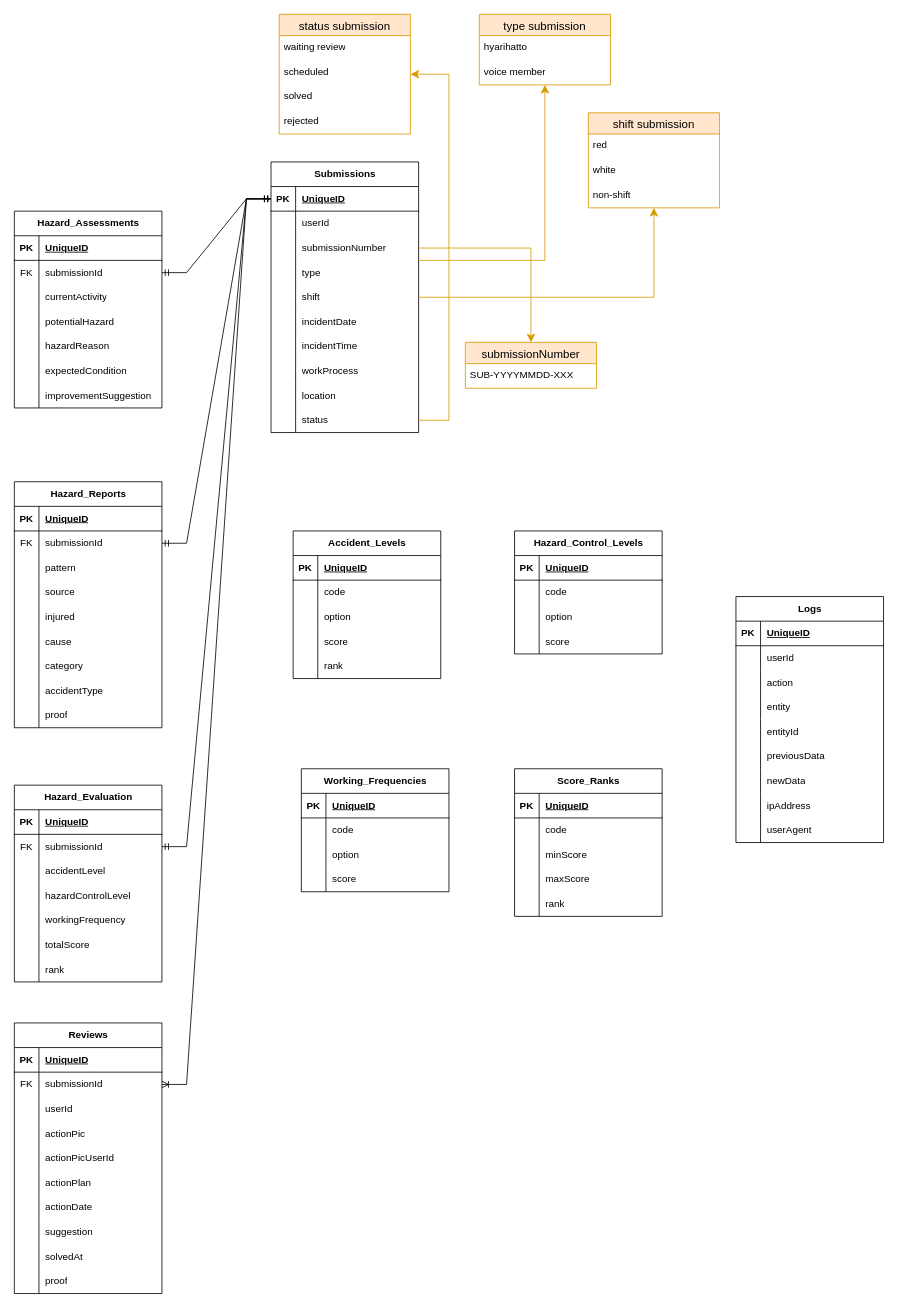
bagususwanto/think-forward keeps this draw.io diagram as page "ERD" (2 of 2) of sys_design/Flow_ERD.drawio. Above is the earlier version. Source tidied: cells renumbered, new cells numbered last; positions are measured from the earlier drawing's top-left corner, leaving out a move shared by most shapes. Both pictures are drawn from the tidied source at 82%, with x=0, y=0 at pixel (14, 14).
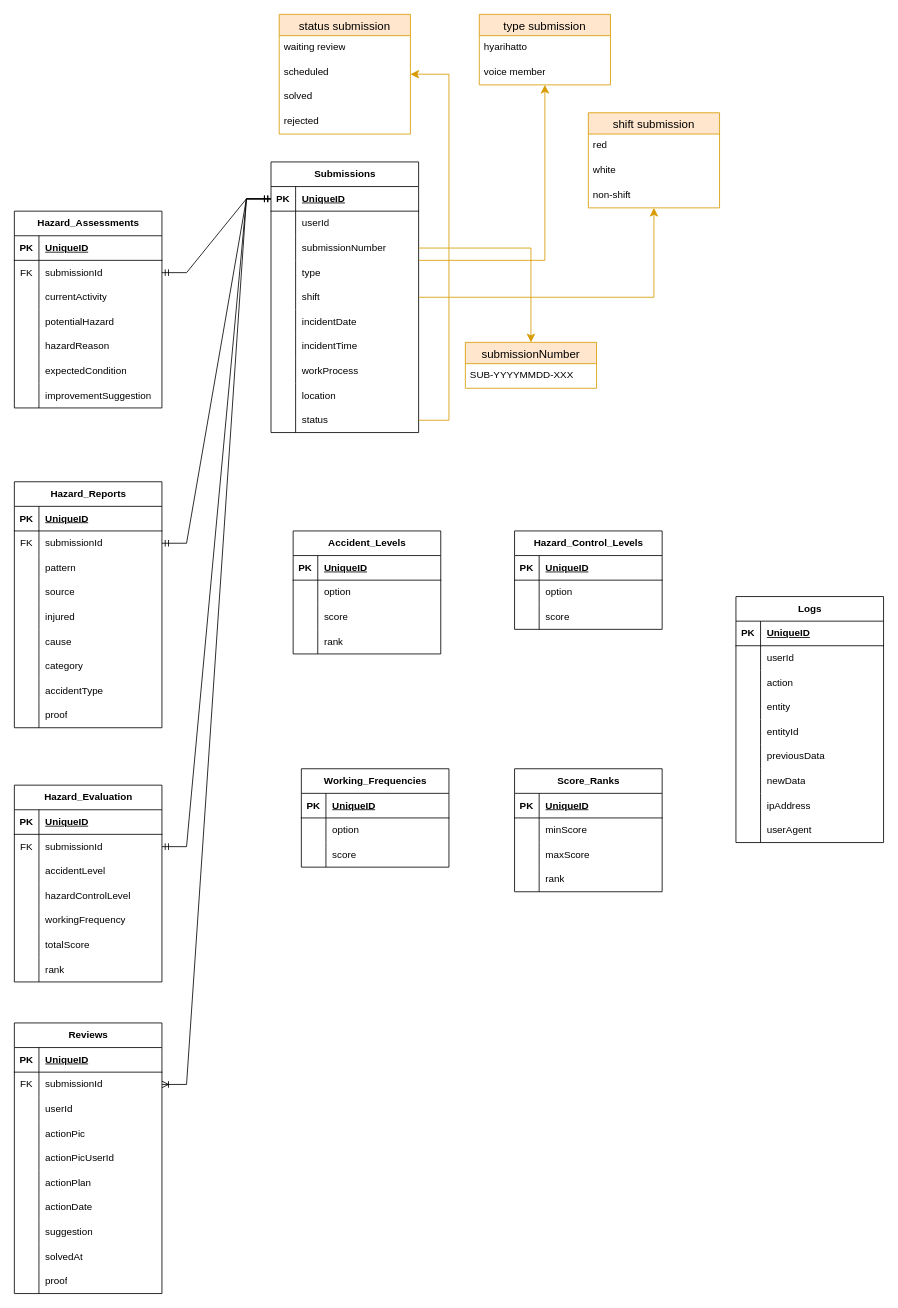
The same page after the edit.

The edit, as a diff of the source:
```diff
@@
     <mxCell id="114" value="Accident_Levels" style="shape=table;startSize=30;childLayout=tableLayout;rowLines=0;fontStyle=1;align=center;html=1;" parent="1" vertex="1">
-      <mxGeometry x="340" y="630" width="180" height="180" as="geometry" />
+      <mxGeometry x="340" y="630" width="180" height="150" as="geometry" />
     </mxCell>
@@
-    <mxCell id="118" style="shape=tableRow;horizontal=0;startSize=0;swimlaneHead=0;swimlaneBody=0;fillColor=none;top=0;left=0;right=0;bottom=0;" parent="114" vertex="1">
-      <mxGeometry y="60" width="180" height="30" as="geometry" />
-    </mxCell>
-    <mxCell id="119" style="shape=partialRectangle;fillColor=none;top=0;left=0;bottom=0;right=0;overflow=hidden;whiteSpace=wrap;html=1;" parent="118" vertex="1">
-      <mxGeometry width="30" height="30" as="geometry" />
-    </mxCell>
-    <mxCell id="120" value="code" style="shape=partialRectangle;fillColor=none;top=0;left=0;bottom=0;right=0;align=left;spacingLeft=6;overflow=hidden;whiteSpace=wrap;html=1;" parent="118" vertex="1">
-      <mxGeometry x="30" width="150" height="30" as="geometry" />
-    </mxCell>
     <mxCell id="121" style="shape=tableRow;horizontal=0;startSize=0;swimlaneHead=0;swimlaneBody=0;fillColor=none;top=0;left=0;right=0;bottom=0;" parent="114" vertex="1">
-      <mxGeometry y="90" width="180" height="30" as="geometry" />
+      <mxGeometry y="60" width="180" height="30" as="geometry" />
     </mxCell>
@@
     <mxCell id="124" style="shape=tableRow;horizontal=0;startSize=0;swimlaneHead=0;swimlaneBody=0;fillColor=none;top=0;left=0;right=0;bottom=0;" parent="114" vertex="1">
-      <mxGeometry y="120" width="180" height="30" as="geometry" />
+      <mxGeometry y="90" width="180" height="30" as="geometry" />
     </mxCell>
@@
     <mxCell id="127" style="shape=tableRow;horizontal=0;startSize=0;swimlaneHead=0;swimlaneBody=0;fillColor=none;top=0;left=0;right=0;bottom=0;" parent="114" vertex="1">
-      <mxGeometry y="150" width="180" height="30" as="geometry" />
+      <mxGeometry y="120" width="180" height="30" as="geometry" />
     </mxCell>
@@
     <mxCell id="190" value="Hazard_Control_Levels" style="shape=table;startSize=30;childLayout=tableLayout;rowLines=0;fontStyle=1;align=center;html=1;" parent="1" vertex="1">
-      <mxGeometry x="610" y="630" width="180" height="150" as="geometry" />
+      <mxGeometry x="610" y="630" width="180" height="120" as="geometry" />
     </mxCell>
@@
-    <mxCell id="194" style="shape=tableRow;horizontal=0;startSize=0;swimlaneHead=0;swimlaneBody=0;fillColor=none;top=0;left=0;right=0;bottom=0;" parent="190" vertex="1">
-      <mxGeometry y="60" width="180" height="30" as="geometry" />
-    </mxCell>
-    <mxCell id="195" style="shape=partialRectangle;fillColor=none;top=0;left=0;bottom=0;right=0;overflow=hidden;whiteSpace=wrap;html=1;" parent="194" vertex="1">
-      <mxGeometry width="30" height="30" as="geometry" />
-    </mxCell>
-    <mxCell id="196" value="code" style="shape=partialRectangle;fillColor=none;top=0;left=0;bottom=0;right=0;align=left;spacingLeft=6;overflow=hidden;whiteSpace=wrap;html=1;" parent="194" vertex="1">
-      <mxGeometry x="30" width="150" height="30" as="geometry" />
-    </mxCell>
     <mxCell id="197" style="shape=tableRow;horizontal=0;startSize=0;swimlaneHead=0;swimlaneBody=0;fillColor=none;top=0;left=0;right=0;bottom=0;" parent="190" vertex="1">
-      <mxGeometry y="90" width="180" height="30" as="geometry" />
+      <mxGeometry y="60" width="180" height="30" as="geometry" />
     </mxCell>
@@
     <mxCell id="200" style="shape=tableRow;horizontal=0;startSize=0;swimlaneHead=0;swimlaneBody=0;fillColor=none;top=0;left=0;right=0;bottom=0;" parent="190" vertex="1">
-      <mxGeometry y="120" width="180" height="30" as="geometry" />
+      <mxGeometry y="90" width="180" height="30" as="geometry" />
     </mxCell>
@@
     <mxCell id="203" value="Working_Frequencies" style="shape=table;startSize=30;childLayout=tableLayout;rowLines=0;fontStyle=1;align=center;html=1;" parent="1" vertex="1">
-      <mxGeometry x="350" y="920" width="180" height="150" as="geometry" />
+      <mxGeometry x="350" y="920" width="180" height="120" as="geometry" />
     </mxCell>
@@
-    <mxCell id="207" style="shape=tableRow;horizontal=0;startSize=0;swimlaneHead=0;swimlaneBody=0;fillColor=none;top=0;left=0;right=0;bottom=0;" parent="203" vertex="1">
-      <mxGeometry y="60" width="180" height="30" as="geometry" />
-    </mxCell>
-    <mxCell id="208" style="shape=partialRectangle;fillColor=none;top=0;left=0;bottom=0;right=0;overflow=hidden;whiteSpace=wrap;html=1;" parent="207" vertex="1">
-      <mxGeometry width="30" height="30" as="geometry" />
-    </mxCell>
-    <mxCell id="209" value="code" style="shape=partialRectangle;fillColor=none;top=0;left=0;bottom=0;right=0;align=left;spacingLeft=6;overflow=hidden;whiteSpace=wrap;html=1;" parent="207" vertex="1">
-      <mxGeometry x="30" width="150" height="30" as="geometry" />
-    </mxCell>
     <mxCell id="210" style="shape=tableRow;horizontal=0;startSize=0;swimlaneHead=0;swimlaneBody=0;fillColor=none;top=0;left=0;right=0;bottom=0;" parent="203" vertex="1">
-      <mxGeometry y="90" width="180" height="30" as="geometry" />
+      <mxGeometry y="60" width="180" height="30" as="geometry" />
     </mxCell>
@@
     <mxCell id="213" style="shape=tableRow;horizontal=0;startSize=0;swimlaneHead=0;swimlaneBody=0;fillColor=none;top=0;left=0;right=0;bottom=0;" parent="203" vertex="1">
-      <mxGeometry y="120" width="180" height="30" as="geometry" />
+      <mxGeometry y="90" width="180" height="30" as="geometry" />
     </mxCell>
@@
     <mxCell id="216" value="Score_Ranks" style="shape=table;startSize=30;childLayout=tableLayout;rowLines=0;fontStyle=1;align=center;html=1;" parent="1" vertex="1">
-      <mxGeometry x="610" y="920" width="180" height="180" as="geometry" />
+      <mxGeometry x="610" y="920" width="180" height="150" as="geometry" />
     </mxCell>
@@
-    <mxCell id="220" style="shape=tableRow;horizontal=0;startSize=0;swimlaneHead=0;swimlaneBody=0;fillColor=none;top=0;left=0;right=0;bottom=0;" parent="216" vertex="1">
-      <mxGeometry y="60" width="180" height="30" as="geometry" />
-    </mxCell>
-    <mxCell id="221" style="shape=partialRectangle;fillColor=none;top=0;left=0;bottom=0;right=0;overflow=hidden;whiteSpace=wrap;html=1;" parent="220" vertex="1">
-      <mxGeometry width="30" height="30" as="geometry" />
-    </mxCell>
-    <mxCell id="222" value="code" style="shape=partialRectangle;fillColor=none;top=0;left=0;bottom=0;right=0;align=left;spacingLeft=6;overflow=hidden;whiteSpace=wrap;html=1;" parent="220" vertex="1">
-      <mxGeometry x="30" width="150" height="30" as="geometry" />
-    </mxCell>
     <mxCell id="223" style="shape=tableRow;horizontal=0;startSize=0;swimlaneHead=0;swimlaneBody=0;fillColor=none;top=0;left=0;right=0;bottom=0;" parent="216" vertex="1">
-      <mxGeometry y="90" width="180" height="30" as="geometry" />
+      <mxGeometry y="60" width="180" height="30" as="geometry" />
     </mxCell>
@@
     <mxCell id="226" style="shape=tableRow;horizontal=0;startSize=0;swimlaneHead=0;swimlaneBody=0;fillColor=none;top=0;left=0;right=0;bottom=0;" parent="216" vertex="1">
-      <mxGeometry y="120" width="180" height="30" as="geometry" />
+      <mxGeometry y="90" width="180" height="30" as="geometry" />
     </mxCell>
@@
     <mxCell id="229" style="shape=tableRow;horizontal=0;startSize=0;swimlaneHead=0;swimlaneBody=0;fillColor=none;top=0;left=0;right=0;bottom=0;" parent="216" vertex="1">
-      <mxGeometry y="150" width="180" height="30" as="geometry" />
+      <mxGeometry y="120" width="180" height="30" as="geometry" />
     </mxCell>
```
